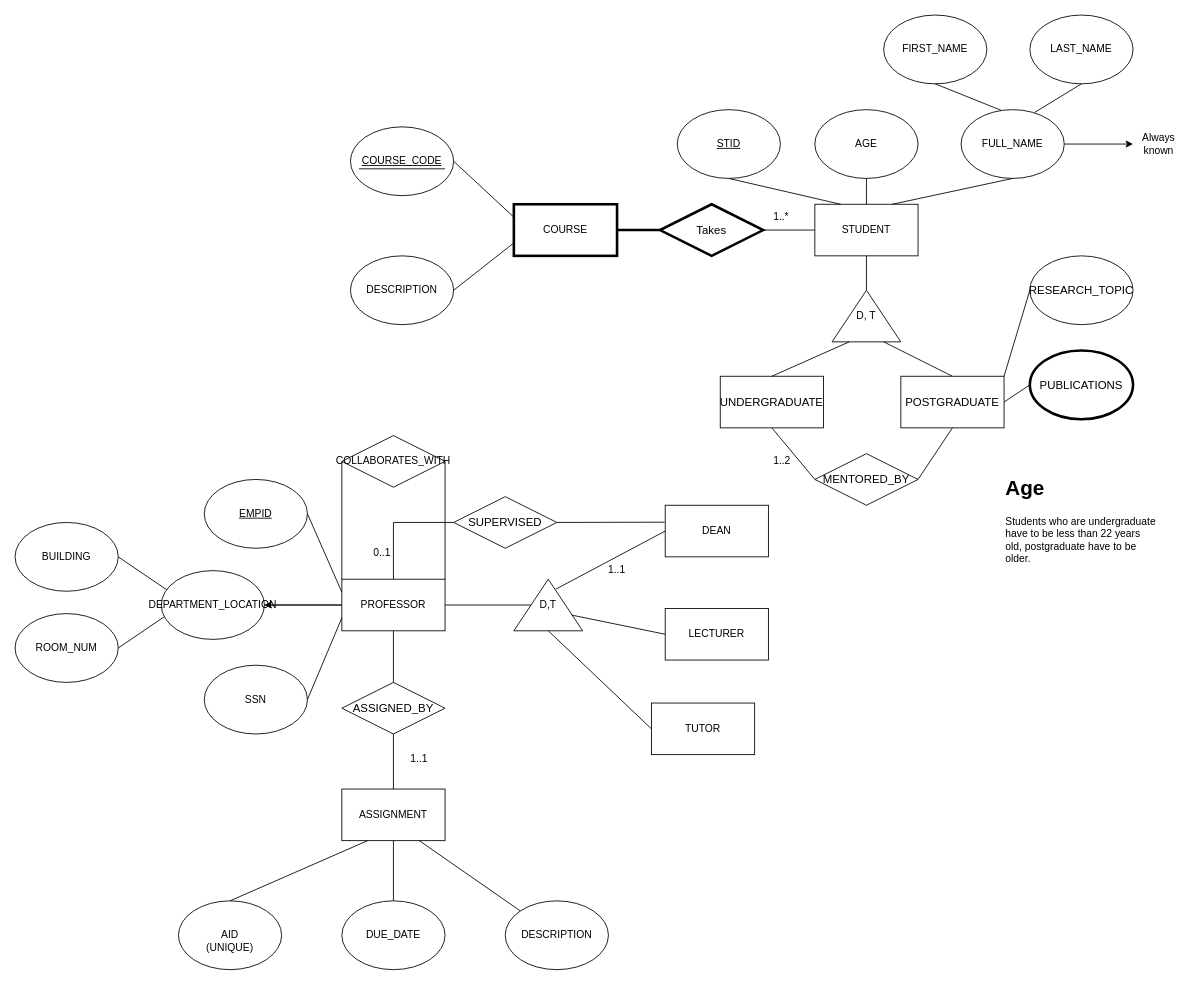
Above: DM-HW1_Janis & Cuihuan.drawio in us-ja/Data_Management (draw.io), before the change. Source tidied: cells renumbered, new cells numbered last; positions are measured from the earlier drawing's top-left corner, leaving out a move shared by most shapes. Both pictures are drawn from the tidied source at 86%, with x=0, y=0 at pixel (15, 15).
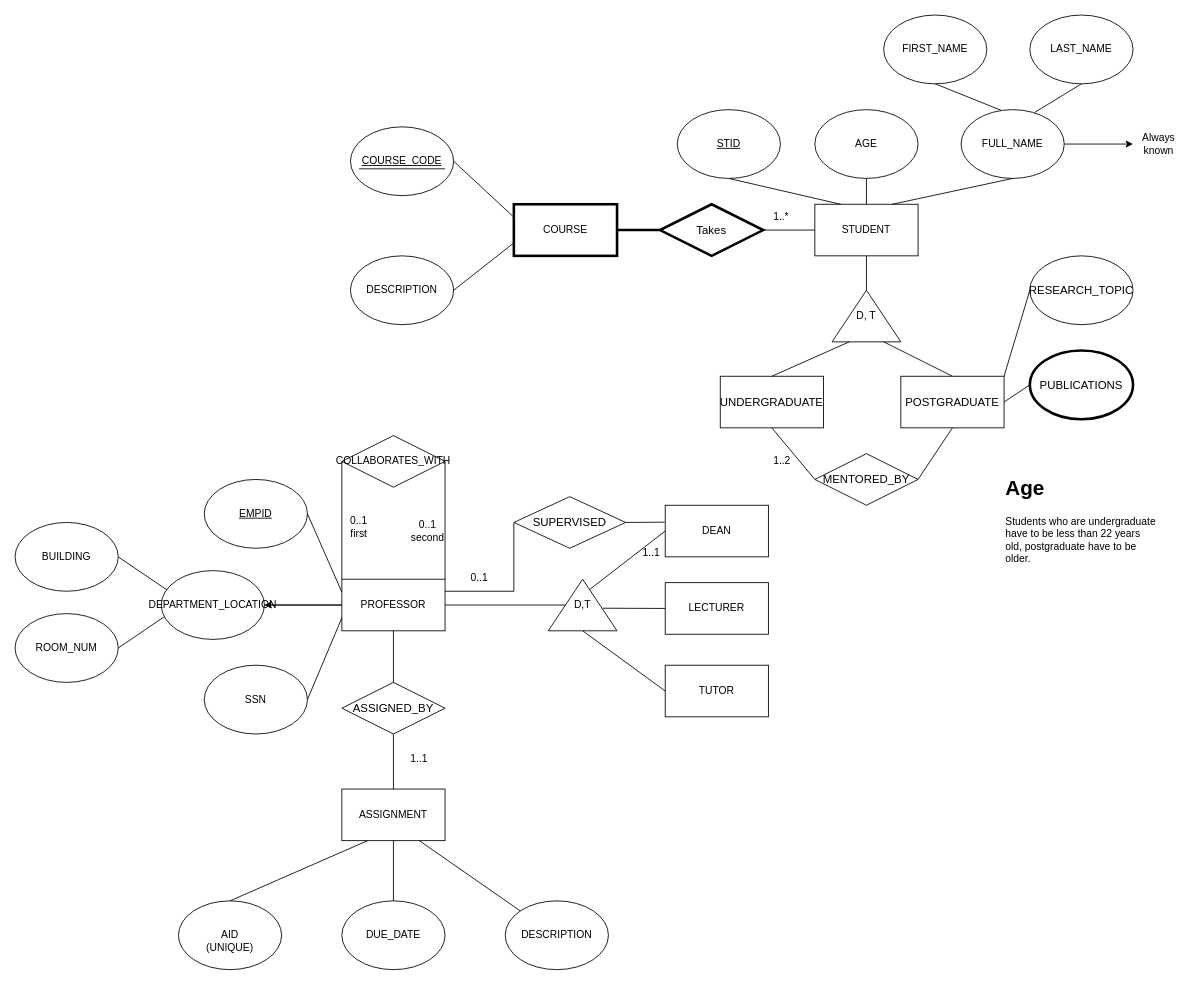
Above is the later version.

The change refers to these unchanged cells:
```xml
<mxCell id="47" value="PROFESSOR" style="rounded=0;whiteSpace=wrap;html=1;" parent="1" vertex="1">
  <mxGeometry x="380" y="656" width="120" height="60" as="geometry" />
</mxCell>
```

The edit, as a diff of the source:
```diff
@@
     <mxCell id="58" value="D,T" style="triangle;whiteSpace=wrap;html=1;direction=north;" parent="1" vertex="1">
-      <mxGeometry x="580" y="656" width="80" height="60" as="geometry" />
+      <mxGeometry x="620" y="656" width="80" height="60" as="geometry" />
     </mxCell>
@@
     <mxCell id="60" value="TUTOR" style="rounded=0;whiteSpace=wrap;html=1;" parent="1" vertex="1">
-      <mxGeometry x="740" y="800" width="120" height="60" as="geometry" />
+      <mxGeometry x="756" y="756" width="120" height="60" as="geometry" />
     </mxCell>
     <mxCell id="61" value="LECTURER" style="rounded=0;whiteSpace=wrap;html=1;" parent="1" vertex="1">
-      <mxGeometry x="756" y="690" width="120" height="60" as="geometry" />
+      <mxGeometry x="756" y="660" width="120" height="60" as="geometry" />
     </mxCell>
@@
-    <mxCell id="64" style="endArrow=none;html=1;rounded=0;exitX=0.305;exitY=0.839;exitDx=0;exitDy=0;entryX=0;entryY=0.5;entryDx=0;entryDy=0;exitPerimeter=0;" parent="1" edge="1" source="58" target="61">
+    <mxCell id="64" style="endArrow=none;html=1;rounded=0;exitX=0.438;exitY=0.792;exitDx=0;exitDy=0;entryX=0;entryY=0.5;entryDx=0;entryDy=0;exitPerimeter=0;" parent="1" edge="1" source="58" target="61">
       <mxGeometry relative="1" as="geometry" />
     </mxCell>
@@
     <mxCell id="66" value="1..1" style="text;html=1;align=center;verticalAlign=middle;whiteSpace=wrap;rounded=0;" parent="1" vertex="1">
-      <mxGeometry x="670" y="630" width="60" height="30" as="geometry" />
+      <mxGeometry x="710" y="610" width="60" height="30" as="geometry" />
     </mxCell>
     <mxCell id="67" value="&lt;div style=&quot;text-align: start;&quot;&gt;&lt;font face=&quot;LMRoman10-Regular&quot;&gt;&lt;span style=&quot;font-size: 13.2835px;&quot;&gt;SUPERVISED&lt;/span&gt;&lt;/font&gt;&lt;/div&gt;" style="shape=rhombus;perimeter=rhombusPerimeter;whiteSpace=wrap;html=1;align=center;" parent="1" vertex="1">
-      <mxGeometry x="510" y="560" width="120" height="60" as="geometry" />
+      <mxGeometry x="580" y="560" width="130" height="60" as="geometry" />
     </mxCell>
@@
-    <mxCell id="69" style="endArrow=none;html=1;rounded=0;exitX=0;exitY=0.5;exitDx=0;exitDy=0;" parent="1" edge="1" source="67">
+    <mxCell id="69" style="endArrow=none;html=1;rounded=0;" parent="1" edge="1">
       <mxGeometry relative="1" as="geometry">
-        <mxPoint x="440" y="590" as="targetPoint" />
+        <mxPoint x="580" y="590" as="sourcePoint" />
+        <mxPoint x="580" y="670" as="targetPoint" />
       </mxGeometry>
     </mxCell>
-    <mxCell id="70" style="endArrow=none;html=1;rounded=0;entryX=0.5;entryY=0;entryDx=0;entryDy=0;" parent="1" edge="1" target="47">
+    <mxCell id="70" style="endArrow=none;html=1;rounded=0;" parent="1" edge="1">
       <mxGeometry relative="1" as="geometry">
-        <mxPoint x="440" y="590" as="sourcePoint" />
+        <mxPoint x="580" y="670" as="sourcePoint" />
+        <mxPoint x="500" y="670" as="targetPoint" />
       </mxGeometry>
     </mxCell>
     <mxCell id="71" value="0..1" style="text;html=1;align=center;verticalAlign=middle;whiteSpace=wrap;rounded=0;" parent="1" vertex="1">
-      <mxGeometry x="397" y="610" width="60" height="30" as="geometry" />
+      <mxGeometry x="510" y="640" width="60" height="30" as="geometry" />
     </mxCell>
@@
+    <mxCell id="81" value="0..1&lt;div&gt;first&lt;/div&gt;" style="text;html=1;align=center;verticalAlign=middle;whiteSpace=wrap;rounded=0;" parent="1" vertex="1">
+      <mxGeometry x="370" y="580" width="60" height="30" as="geometry" />
+    </mxCell>
+    <mxCell id="82" value="0..1&lt;div&gt;second&lt;/div&gt;" style="text;html=1;align=center;verticalAlign=middle;whiteSpace=wrap;rounded=0;" parent="1" vertex="1">
+      <mxGeometry x="450" y="585" width="60" height="30" as="geometry" />
+    </mxCell>
```
